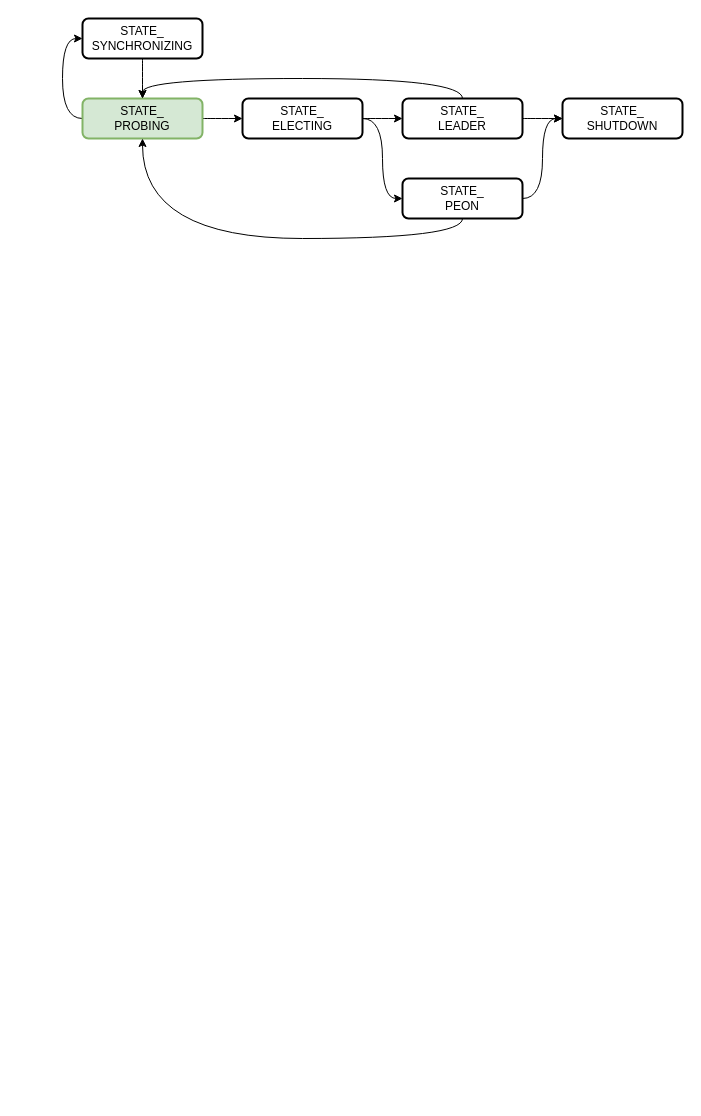
Before: ceph/ceph-mon.drawio in EarthWind/deeparch, a draw.io diagram. Source tidied: cells renumbered, new cells numbered last; positions are measured from the earlier drawing's top-left corner, leaving out a move shared by most shapes. Both pictures are drawn from the tidied source at 100%, with x=0, y=0 at pixel (82, 18).
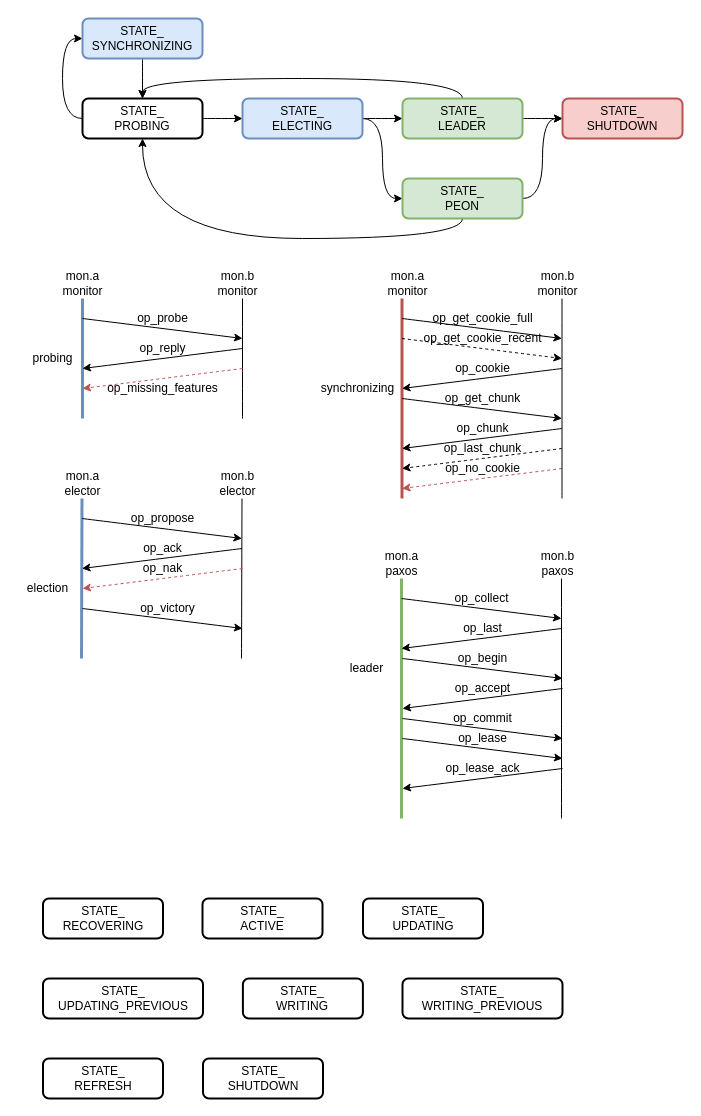
Above is the later version.

Change to the diagram source:
```diff
@@
-    <mxCell id="4" value="STATE_&lt;br&gt;PROBING" style="rounded=1;whiteSpace=wrap;html=1;strokeWidth=2;fillWeight=4;hachureGap=8;hachureAngle=45;sketch=0;fillColor=#d5e8d4;strokeColor=#82b366;" parent="1" vertex="1">
+    <mxCell id="4" value="STATE_&lt;br&gt;PROBING" style="rounded=1;whiteSpace=wrap;html=1;strokeWidth=2;fillWeight=4;hachureGap=8;hachureAngle=45;sketch=0;" parent="1" vertex="1">
       <mxGeometry y="80" width="120" height="40" as="geometry" />
     </mxCell>
@@
-    <mxCell id="6" value="STATE_&lt;br&gt;SYNCHRONIZING" style="rounded=1;whiteSpace=wrap;html=1;strokeWidth=2;fillWeight=4;hachureGap=8;hachureAngle=45;sketch=0;fillColor=#FFFFFF;" parent="1" vertex="1">
+    <mxCell id="6" value="STATE_&lt;br&gt;SYNCHRONIZING" style="rounded=1;whiteSpace=wrap;html=1;strokeWidth=2;fillWeight=4;hachureGap=8;hachureAngle=45;sketch=0;fillColor=#dae8fc;strokeColor=#6c8ebf;" parent="1" vertex="1">
       <mxGeometry width="120" height="40" as="geometry" />
     </mxCell>
@@
-    <mxCell id="9" value="STATE_&lt;br&gt;ELECTING" style="rounded=1;whiteSpace=wrap;html=1;strokeWidth=2;fillWeight=4;hachureGap=8;hachureAngle=45;sketch=0;fillColor=#FFFFFF;" parent="1" vertex="1">
+    <mxCell id="9" value="STATE_&lt;br&gt;ELECTING" style="rounded=1;whiteSpace=wrap;html=1;strokeWidth=2;fillWeight=4;hachureGap=8;hachureAngle=45;sketch=0;fillColor=#dae8fc;strokeColor=#6c8ebf;" parent="1" vertex="1">
       <mxGeometry x="160" y="80" width="120" height="40" as="geometry" />
     </mxCell>
@@
-    <mxCell id="12" value="STATE_&lt;br&gt;LEADER" style="rounded=1;whiteSpace=wrap;html=1;strokeWidth=2;fillWeight=4;hachureGap=8;hachureAngle=45;sketch=0;fillColor=#FFFFFF;" parent="1" vertex="1">
+    <mxCell id="12" value="STATE_&lt;br&gt;LEADER" style="rounded=1;whiteSpace=wrap;html=1;strokeWidth=2;fillWeight=4;hachureGap=8;hachureAngle=45;sketch=0;fillColor=#d5e8d4;strokeColor=#82b366;" parent="1" vertex="1">
       <mxGeometry x="320" y="80" width="120" height="40" as="geometry" />
     </mxCell>
@@
-    <mxCell id="15" value="STATE_&lt;br&gt;PEON" style="rounded=1;whiteSpace=wrap;html=1;strokeWidth=2;fillWeight=4;hachureGap=8;hachureAngle=45;sketch=0;fillColor=#FFFFFF;" parent="1" vertex="1">
+    <mxCell id="15" value="STATE_&lt;br&gt;PEON" style="rounded=1;whiteSpace=wrap;html=1;strokeWidth=2;fillWeight=4;hachureGap=8;hachureAngle=45;sketch=0;fillColor=#d5e8d4;strokeColor=#82b366;" parent="1" vertex="1">
       <mxGeometry x="320" y="160" width="120" height="40" as="geometry" />
     </mxCell>
-    <mxCell id="16" value="STATE_&lt;br&gt;SHUTDOWN" style="rounded=1;whiteSpace=wrap;html=1;strokeWidth=2;fillWeight=4;hachureGap=8;hachureAngle=45;sketch=0;fillColor=#FFFFFF;" parent="1" vertex="1">
+    <mxCell id="16" value="STATE_&lt;br&gt;SHUTDOWN" style="rounded=1;whiteSpace=wrap;html=1;strokeWidth=2;fillWeight=4;hachureGap=8;hachureAngle=45;sketch=0;fillColor=#f8cecc;strokeColor=#b85450;" parent="1" vertex="1">
       <mxGeometry x="480" y="80" width="120" height="40" as="geometry" />
     </mxCell>
+    <mxCell id="17" style="endArrow=none;html=1;rounded=0;curved=1;fillColor=#dae8fc;strokeColor=#6c8ebf;strokeWidth=3;" parent="1" edge="1">
+      <mxGeometry relative="1" as="geometry">
+        <mxPoint y="400" as="sourcePoint" />
+        <mxPoint y="280" as="targetPoint" />
+      </mxGeometry>
+    </mxCell>
+    <mxCell id="18" value="mon.a&lt;br&gt;monitor" style="text;html=1;align=center;verticalAlign=middle;strokeColor=none;fillColor=none;" parent="1" vertex="1">
+      <mxGeometry x="-30.5" y="250" width="60" height="30" as="geometry" />
+    </mxCell>
+    <mxCell id="19" style="endArrow=none;html=1;rounded=0;curved=1;" parent="1" edge="1">
+      <mxGeometry relative="1" as="geometry">
+        <mxPoint x="160" y="400" as="sourcePoint" />
+        <mxPoint x="160" y="280" as="targetPoint" />
+      </mxGeometry>
+    </mxCell>
+    <mxCell id="20" value="mon.b&lt;br&gt;monitor" style="text;html=1;align=center;verticalAlign=middle;strokeColor=none;fillColor=none;" parent="1" vertex="1">
+      <mxGeometry x="125" y="250" width="60" height="30" as="geometry" />
+    </mxCell>
+    <mxCell id="21" style="endArrow=classic;html=1;rounded=0;curved=1;" parent="1" edge="1">
+      <mxGeometry relative="1" as="geometry">
+        <mxPoint y="300" as="sourcePoint" />
+        <mxPoint x="160" y="320" as="targetPoint" />
+      </mxGeometry>
+    </mxCell>
+    <mxCell id="22" value="op_probe" style="text;html=1;align=center;verticalAlign=middle;strokeColor=none;fillColor=none;" parent="1" vertex="1">
+      <mxGeometry x="45" y="290" width="70" height="20" as="geometry" />
+    </mxCell>
+    <mxCell id="23" style="endArrow=classic;html=1;rounded=0;curved=1;" parent="1" edge="1">
+      <mxGeometry relative="1" as="geometry">
+        <mxPoint x="160" y="330" as="sourcePoint" />
+        <mxPoint y="350" as="targetPoint" />
+      </mxGeometry>
+    </mxCell>
+    <mxCell id="24" value="op_reply" style="text;html=1;align=center;verticalAlign=middle;strokeColor=none;fillColor=none;" parent="1" vertex="1">
+      <mxGeometry x="50" y="320" width="60" height="20" as="geometry" />
+    </mxCell>
+    <mxCell id="25" style="endArrow=classic;html=1;rounded=0;curved=1;dashed=1;fillColor=#f8cecc;strokeColor=#b85450;" parent="1" edge="1">
+      <mxGeometry relative="1" as="geometry">
+        <mxPoint x="160" y="350" as="sourcePoint" />
+        <mxPoint y="370" as="targetPoint" />
+      </mxGeometry>
+    </mxCell>
+    <mxCell id="26" style="text;html=1;align=center;verticalAlign=middle;strokeColor=none;fillColor=none;" parent="1" vertex="1">
+      <mxGeometry x="390" y="310" width="20" height="20" as="geometry" />
+    </mxCell>
+    <mxCell id="27" value="op_missing_features" style="text;html=1;align=center;verticalAlign=middle;strokeColor=none;fillColor=none;" parent="1" vertex="1">
+      <mxGeometry x="15" y="360" width="130" height="20" as="geometry" />
+    </mxCell>
+    <mxCell id="28" style="endArrow=none;html=1;rounded=0;curved=1;fillColor=#f8cecc;strokeColor=#b85450;strokeWidth=3;" parent="1" edge="1">
+      <mxGeometry relative="1" as="geometry">
+        <mxPoint x="319.5" y="480" as="sourcePoint" />
+        <mxPoint x="319.5" y="280" as="targetPoint" />
+      </mxGeometry>
+    </mxCell>
+    <mxCell id="29" value="probing" style="text;html=1;align=center;verticalAlign=middle;strokeColor=none;fillColor=none;" parent="1" vertex="1">
+      <mxGeometry x="-60" y="330" width="60" height="20" as="geometry" />
+    </mxCell>
+    <mxCell id="30" value="synchronizing" style="text;html=1;align=center;verticalAlign=middle;strokeColor=none;fillColor=none;" parent="1" vertex="1">
+      <mxGeometry x="230" y="360" width="90" height="20" as="geometry" />
+    </mxCell>
+    <mxCell id="31" style="endArrow=classic;html=1;rounded=0;curved=1;" parent="1" edge="1">
+      <mxGeometry relative="1" as="geometry">
+        <mxPoint x="319.5" y="300" as="sourcePoint" />
+        <mxPoint x="479.5" y="320" as="targetPoint" />
+      </mxGeometry>
+    </mxCell>
+    <mxCell id="32" value="op_get_cookie_full" style="text;html=1;align=center;verticalAlign=middle;strokeColor=none;fillColor=none;" parent="1" vertex="1">
+      <mxGeometry x="339.5" y="290" width="120" height="20" as="geometry" />
+    </mxCell>
+    <mxCell id="33" style="endArrow=classic;html=1;rounded=0;curved=1;dashed=1;" parent="1" edge="1">
+      <mxGeometry relative="1" as="geometry">
+        <mxPoint x="319.5" y="320" as="sourcePoint" />
+        <mxPoint x="479.5" y="340" as="targetPoint" />
+      </mxGeometry>
+    </mxCell>
+    <mxCell id="34" value="op_get_cookie_recent" style="text;html=1;align=center;verticalAlign=middle;strokeColor=none;fillColor=none;" parent="1" vertex="1">
+      <mxGeometry x="334.5" y="310" width="130" height="20" as="geometry" />
+    </mxCell>
+    <mxCell id="35" style="endArrow=classic;html=1;rounded=0;curved=1;" parent="1" edge="1">
+      <mxGeometry relative="1" as="geometry">
+        <mxPoint x="479.5" y="350" as="sourcePoint" />
+        <mxPoint x="319.5" y="370" as="targetPoint" />
+      </mxGeometry>
+    </mxCell>
+    <mxCell id="36" value="op_cookie" style="text;html=1;align=center;verticalAlign=middle;strokeColor=none;fillColor=none;" parent="1" vertex="1">
+      <mxGeometry x="364.5" y="340" width="70" height="20" as="geometry" />
+    </mxCell>
+    <mxCell id="37" style="endArrow=classic;html=1;rounded=0;curved=1;" parent="1" edge="1">
+      <mxGeometry relative="1" as="geometry">
+        <mxPoint x="319.5" y="380" as="sourcePoint" />
+        <mxPoint x="479.5" y="400" as="targetPoint" />
+      </mxGeometry>
+    </mxCell>
+    <mxCell id="38" value="op_get_chunk" style="text;html=1;align=center;verticalAlign=middle;strokeColor=none;fillColor=none;" parent="1" vertex="1">
+      <mxGeometry x="354.5" y="370" width="90" height="20" as="geometry" />
+    </mxCell>
+    <mxCell id="39" style="endArrow=classic;html=1;rounded=0;curved=1;" parent="1" edge="1">
+      <mxGeometry relative="1" as="geometry">
+        <mxPoint x="479.5" y="410" as="sourcePoint" />
+        <mxPoint x="319.5" y="430" as="targetPoint" />
+      </mxGeometry>
+    </mxCell>
+    <mxCell id="40" value="op_chunk" style="text;html=1;align=center;verticalAlign=middle;strokeColor=none;fillColor=none;" parent="1" vertex="1">
+      <mxGeometry x="364.5" y="400" width="70" height="20" as="geometry" />
+    </mxCell>
+    <mxCell id="41" style="endArrow=classic;html=1;rounded=0;curved=1;dashed=1;" parent="1" edge="1">
+      <mxGeometry relative="1" as="geometry">
+        <mxPoint x="479.5" y="430" as="sourcePoint" />
+        <mxPoint x="319.5" y="450" as="targetPoint" />
+      </mxGeometry>
+    </mxCell>
+    <mxCell id="42" value="op_last_chunk" style="text;html=1;align=center;verticalAlign=middle;strokeColor=none;fillColor=none;" parent="1" vertex="1">
+      <mxGeometry x="354.5" y="420" width="90" height="20" as="geometry" />
+    </mxCell>
+    <mxCell id="43" style="endArrow=classic;html=1;rounded=0;curved=1;dashed=1;fillColor=#f8cecc;strokeColor=#b85450;" parent="1" edge="1">
+      <mxGeometry relative="1" as="geometry">
+        <mxPoint x="479.5" y="450" as="sourcePoint" />
+        <mxPoint x="319.5" y="470" as="targetPoint" />
+      </mxGeometry>
+    </mxCell>
+    <mxCell id="44" value="op_no_cookie" style="text;html=1;align=center;verticalAlign=middle;strokeColor=none;fillColor=none;" parent="1" vertex="1">
+      <mxGeometry x="354.5" y="440" width="90" height="20" as="geometry" />
+    </mxCell>
+    <mxCell id="45" style="endArrow=none;html=1;rounded=0;curved=1;" parent="1" edge="1">
+      <mxGeometry relative="1" as="geometry">
+        <mxPoint x="479.5" y="480" as="sourcePoint" />
+        <mxPoint x="479.5" y="280" as="targetPoint" />
+      </mxGeometry>
+    </mxCell>
+    <mxCell id="46" value="mon.a&lt;br&gt;monitor" style="text;html=1;align=center;verticalAlign=middle;strokeColor=none;fillColor=none;" parent="1" vertex="1">
+      <mxGeometry x="294.5" y="250" width="60" height="30" as="geometry" />
+    </mxCell>
+    <mxCell id="47" value="mon.b&lt;br&gt;monitor" style="text;html=1;align=center;verticalAlign=middle;strokeColor=none;fillColor=none;" parent="1" vertex="1">
+      <mxGeometry x="444.5" y="250" width="60" height="30" as="geometry" />
+    </mxCell>
+    <mxCell id="48" style="text;html=1;align=center;verticalAlign=middle;strokeColor=none;fillColor=none;" parent="1" vertex="1">
+      <mxGeometry x="70" y="510" width="20" height="20" as="geometry" />
+    </mxCell>
+    <mxCell id="49" style="endArrow=none;html=1;rounded=0;curved=1;fillColor=#dae8fc;strokeColor=#6c8ebf;strokeWidth=3;" parent="1" edge="1">
+      <mxGeometry relative="1" as="geometry">
+        <mxPoint x="-1" y="640" as="sourcePoint" />
+        <mxPoint x="-0.5" y="480" as="targetPoint" />
+      </mxGeometry>
+    </mxCell>
+    <mxCell id="50" value="election" style="text;html=1;align=center;verticalAlign=middle;strokeColor=none;fillColor=none;" parent="1" vertex="1">
+      <mxGeometry x="-65.5" y="560" width="60" height="20" as="geometry" />
+    </mxCell>
+    <mxCell id="51" style="endArrow=classic;html=1;rounded=0;curved=1;" parent="1" edge="1">
+      <mxGeometry relative="1" as="geometry">
+        <mxPoint x="-0.5" y="500" as="sourcePoint" />
+        <mxPoint x="159.5" y="520" as="targetPoint" />
+      </mxGeometry>
+    </mxCell>
+    <mxCell id="52" value="op_propose" style="text;html=1;align=center;verticalAlign=middle;strokeColor=none;fillColor=none;" parent="1" vertex="1">
+      <mxGeometry x="39.5" y="490" width="80" height="20" as="geometry" />
+    </mxCell>
+    <mxCell id="53" style="endArrow=classic;html=1;rounded=0;curved=1;fillColor=#f8cecc;strokeColor=#000000;" parent="1" edge="1">
+      <mxGeometry relative="1" as="geometry">
+        <mxPoint x="159.5" y="530" as="sourcePoint" />
+        <mxPoint x="-0.5" y="550" as="targetPoint" />
+      </mxGeometry>
+    </mxCell>
+    <mxCell id="54" value="op_nak" style="text;html=1;align=center;verticalAlign=middle;strokeColor=none;fillColor=none;" parent="1" vertex="1">
+      <mxGeometry x="54.5" y="540" width="50" height="20" as="geometry" />
+    </mxCell>
+    <mxCell id="55" style="endArrow=none;html=1;rounded=0;curved=1;" parent="1" edge="1">
+      <mxGeometry relative="1" as="geometry">
+        <mxPoint x="159" y="640" as="sourcePoint" />
+        <mxPoint x="159.5" y="480" as="targetPoint" />
+      </mxGeometry>
+    </mxCell>
+    <mxCell id="56" value="mon.a&lt;br&gt;elector" style="text;html=1;align=center;verticalAlign=middle;strokeColor=none;fillColor=none;" parent="1" vertex="1">
+      <mxGeometry x="-25.5" y="450" width="50" height="30" as="geometry" />
+    </mxCell>
+    <mxCell id="57" value="mon.b&lt;br&gt;elector" style="text;html=1;align=center;verticalAlign=middle;strokeColor=none;fillColor=none;" parent="1" vertex="1">
+      <mxGeometry x="130" y="450" width="50" height="30" as="geometry" />
+    </mxCell>
+    <mxCell id="58" style="endArrow=classic;html=1;rounded=0;curved=1;fillColor=#f8cecc;strokeColor=#b85450;dashed=1;" parent="1" edge="1">
+      <mxGeometry relative="1" as="geometry">
+        <mxPoint x="160" y="550" as="sourcePoint" />
+        <mxPoint y="570" as="targetPoint" />
+      </mxGeometry>
+    </mxCell>
+    <mxCell id="59" value="op_ack" style="text;html=1;align=center;verticalAlign=middle;strokeColor=none;fillColor=none;" parent="1" vertex="1">
+      <mxGeometry x="54.5" y="520" width="50" height="20" as="geometry" />
+    </mxCell>
+    <mxCell id="60" style="endArrow=classic;html=1;rounded=0;curved=1;" parent="1" edge="1">
+      <mxGeometry relative="1" as="geometry">
+        <mxPoint y="590" as="sourcePoint" />
+        <mxPoint x="160" y="610" as="targetPoint" />
+      </mxGeometry>
+    </mxCell>
+    <mxCell id="61" value="op_victory" style="text;html=1;align=center;verticalAlign=middle;strokeColor=none;fillColor=none;" parent="1" vertex="1">
+      <mxGeometry x="50" y="580" width="70" height="20" as="geometry" />
+    </mxCell>
+    <mxCell id="62" value="STATE_&lt;br&gt;RECOVERING" style="rounded=1;whiteSpace=wrap;html=1;strokeWidth=2;fillWeight=4;hachureGap=8;hachureAngle=45;sketch=0;" parent="1" vertex="1">
+      <mxGeometry x="-39.5" y="880" width="120" height="40" as="geometry" />
+    </mxCell>
+    <mxCell id="63" value="STATE_&lt;br&gt;ACTIVE" style="rounded=1;whiteSpace=wrap;html=1;strokeWidth=2;fillWeight=4;hachureGap=8;hachureAngle=45;sketch=0;" parent="1" vertex="1">
+      <mxGeometry x="120" y="880" width="120" height="40" as="geometry" />
+    </mxCell>
+    <mxCell id="64" value="STATE_&lt;br&gt;UPDATING" style="rounded=1;whiteSpace=wrap;html=1;strokeWidth=2;fillWeight=4;hachureGap=8;hachureAngle=45;sketch=0;" parent="1" vertex="1">
+      <mxGeometry x="280.5" y="880" width="120" height="40" as="geometry" />
+    </mxCell>
+    <mxCell id="65" value="STATE_&lt;br&gt;UPDATING_PREVIOUS" style="rounded=1;whiteSpace=wrap;html=1;strokeWidth=2;fillWeight=4;hachureGap=8;hachureAngle=45;sketch=0;" parent="1" vertex="1">
+      <mxGeometry x="-39.5" y="960" width="160" height="40" as="geometry" />
+    </mxCell>
+    <mxCell id="66" value="STATE_&lt;br&gt;WRITING" style="rounded=1;whiteSpace=wrap;html=1;strokeWidth=2;fillWeight=4;hachureGap=8;hachureAngle=45;sketch=0;" parent="1" vertex="1">
+      <mxGeometry x="160.4" y="960" width="120" height="40" as="geometry" />
+    </mxCell>
+    <mxCell id="67" value="STATE_&lt;br&gt;WRITING_PREVIOUS" style="rounded=1;whiteSpace=wrap;html=1;strokeWidth=2;fillWeight=4;hachureGap=8;hachureAngle=45;sketch=0;" parent="1" vertex="1">
+      <mxGeometry x="320" y="960" width="160" height="40" as="geometry" />
+    </mxCell>
+    <mxCell id="68" value="STATE_&lt;br&gt;REFRESH" style="rounded=1;whiteSpace=wrap;html=1;strokeWidth=2;fillWeight=4;hachureGap=8;hachureAngle=45;sketch=0;" parent="1" vertex="1">
+      <mxGeometry x="-39.5" y="1040" width="120" height="40" as="geometry" />
+    </mxCell>
+    <mxCell id="69" value="STATE_&lt;br&gt;SHUTDOWN" style="rounded=1;whiteSpace=wrap;html=1;strokeWidth=2;fillWeight=4;hachureGap=8;hachureAngle=45;sketch=0;" parent="1" vertex="1">
+      <mxGeometry x="120.5" y="1040" width="120" height="40" as="geometry" />
+    </mxCell>
+    <mxCell id="70" style="text;html=1;align=center;verticalAlign=middle;strokeColor=none;fillColor=none;" parent="1" vertex="1">
+      <mxGeometry x="389.5" y="590" width="20" height="20" as="geometry" />
+    </mxCell>
+    <mxCell id="71" style="endArrow=none;html=1;rounded=0;curved=1;fillColor=#d5e8d4;strokeColor=#82b366;strokeWidth=3;" parent="1" edge="1">
+      <mxGeometry relative="1" as="geometry">
+        <mxPoint x="319" y="800" as="sourcePoint" />
+        <mxPoint x="319" y="560" as="targetPoint" />
+      </mxGeometry>
+    </mxCell>
+    <mxCell id="72" value="leader" style="text;html=1;align=center;verticalAlign=middle;strokeColor=none;fillColor=none;" parent="1" vertex="1">
+      <mxGeometry x="259" y="640" width="50" height="20" as="geometry" />
+    </mxCell>
+    <mxCell id="73" style="endArrow=classic;html=1;rounded=0;curved=1;" parent="1" edge="1">
+      <mxGeometry relative="1" as="geometry">
+        <mxPoint x="319" y="580" as="sourcePoint" />
+        <mxPoint x="479" y="600" as="targetPoint" />
+      </mxGeometry>
+    </mxCell>
+    <mxCell id="74" value="op_collect" style="text;html=1;align=center;verticalAlign=middle;strokeColor=none;fillColor=none;" parent="1" vertex="1">
+      <mxGeometry x="364" y="570" width="70" height="20" as="geometry" />
+    </mxCell>
+    <mxCell id="75" style="endArrow=classic;html=1;rounded=0;curved=1;fillColor=#f8cecc;strokeColor=#000000;" parent="1" edge="1">
+      <mxGeometry relative="1" as="geometry">
+        <mxPoint x="479" y="610" as="sourcePoint" />
+        <mxPoint x="319" y="630" as="targetPoint" />
+      </mxGeometry>
+    </mxCell>
+    <mxCell id="76" style="endArrow=none;html=1;rounded=0;curved=1;" parent="1" edge="1">
+      <mxGeometry relative="1" as="geometry">
+        <mxPoint x="479" y="800" as="sourcePoint" />
+        <mxPoint x="479" y="560" as="targetPoint" />
+      </mxGeometry>
+    </mxCell>
+    <mxCell id="77" value="mon.a&lt;br&gt;paxos" style="text;html=1;align=center;verticalAlign=middle;strokeColor=none;fillColor=none;" parent="1" vertex="1">
+      <mxGeometry x="294" y="530" width="50" height="30" as="geometry" />
+    </mxCell>
+    <mxCell id="78" value="op_last" style="text;html=1;align=center;verticalAlign=middle;strokeColor=none;fillColor=none;" parent="1" vertex="1">
+      <mxGeometry x="375" y="600" width="50" height="20" as="geometry" />
+    </mxCell>
+    <mxCell id="79" style="endArrow=classic;html=1;rounded=0;curved=1;" parent="1" edge="1">
+      <mxGeometry relative="1" as="geometry">
+        <mxPoint x="320" y="640" as="sourcePoint" />
+        <mxPoint x="480" y="660" as="targetPoint" />
+      </mxGeometry>
+    </mxCell>
+    <mxCell id="80" value="op_begin" style="text;html=1;align=center;verticalAlign=middle;strokeColor=none;fillColor=none;" parent="1" vertex="1">
+      <mxGeometry x="369.5" y="630" width="60" height="20" as="geometry" />
+    </mxCell>
+    <mxCell id="81" value="mon.b&lt;br&gt;paxos" style="text;html=1;align=center;verticalAlign=middle;strokeColor=none;fillColor=none;" parent="1" vertex="1">
+      <mxGeometry x="449.5" y="530" width="50" height="30" as="geometry" />
+    </mxCell>
+    <mxCell id="82" style="endArrow=classic;html=1;rounded=0;curved=1;fillColor=#f8cecc;strokeColor=#000000;" parent="1" edge="1">
+      <mxGeometry relative="1" as="geometry">
+        <mxPoint x="480" y="670" as="sourcePoint" />
+        <mxPoint x="320" y="690" as="targetPoint" />
+      </mxGeometry>
+    </mxCell>
+    <mxCell id="83" value="op_accept" style="text;html=1;align=center;verticalAlign=middle;strokeColor=none;fillColor=none;" parent="1" vertex="1">
+      <mxGeometry x="365" y="660" width="70" height="20" as="geometry" />
+    </mxCell>
+    <mxCell id="84" style="endArrow=classic;html=1;rounded=0;curved=1;" parent="1" edge="1">
+      <mxGeometry relative="1" as="geometry">
+        <mxPoint x="320" y="700" as="sourcePoint" />
+        <mxPoint x="480" y="720" as="targetPoint" />
+      </mxGeometry>
+    </mxCell>
+    <mxCell id="85" value="op_commit" style="text;html=1;align=center;verticalAlign=middle;strokeColor=none;fillColor=none;" parent="1" vertex="1">
+      <mxGeometry x="365" y="690" width="70" height="20" as="geometry" />
+    </mxCell>
+    <mxCell id="86" style="endArrow=classic;html=1;rounded=0;curved=1;" parent="1" edge="1">
+      <mxGeometry relative="1" as="geometry">
+        <mxPoint x="320" y="720" as="sourcePoint" />
+        <mxPoint x="480" y="740" as="targetPoint" />
+      </mxGeometry>
+    </mxCell>
+    <mxCell id="87" value="op_lease" style="text;html=1;align=center;verticalAlign=middle;strokeColor=none;fillColor=none;" parent="1" vertex="1">
+      <mxGeometry x="369.5" y="710" width="60" height="20" as="geometry" />
+    </mxCell>
+    <mxCell id="88" style="endArrow=classic;html=1;rounded=0;curved=1;fillColor=#f8cecc;strokeColor=#000000;" parent="1" edge="1">
+      <mxGeometry relative="1" as="geometry">
+        <mxPoint x="480" y="750" as="sourcePoint" />
+        <mxPoint x="320" y="770" as="targetPoint" />
+      </mxGeometry>
+    </mxCell>
+    <mxCell id="89" value="op_lease_ack" style="text;html=1;align=center;verticalAlign=middle;strokeColor=none;fillColor=none;" parent="1" vertex="1">
+      <mxGeometry x="355" y="740" width="90" height="20" as="geometry" />
+    </mxCell>
```
